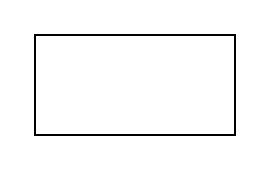
Earlier version of the draw.io diagram Docs/Diagramas/Diagramas de Atividade/diagrama_atividade.drawio (Organization-Meets/Meets_Web). Source tidied: cells renumbered, new cells numbered last; positions are measured from the earlier drawing's top-left corner, leaving out a move shared by most shapes. Both pictures are drawn from the tidied source at 200%, with x=0, y=0 at pixel (34, 34).
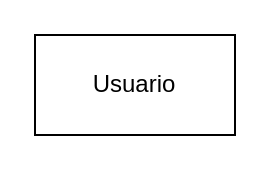
The same diagram, later.

Diff of the diagram source:
```diff
@@
 <mxGraphModel>
   <root>
     <mxCell id="0" />
     <mxCell id="1" parent="0" />
-    <mxCell id="2" style="html=1;dashed=0;whiteSpace=wrap;" parent="1" vertex="1">
+    <mxCell id="2" value="Usuario" style="html=1;dashed=0;whiteSpace=wrap;" parent="1" vertex="1">
       <mxGeometry width="100" height="50" as="geometry" />
     </mxCell>
   </root>
 </mxGraphModel>
```
